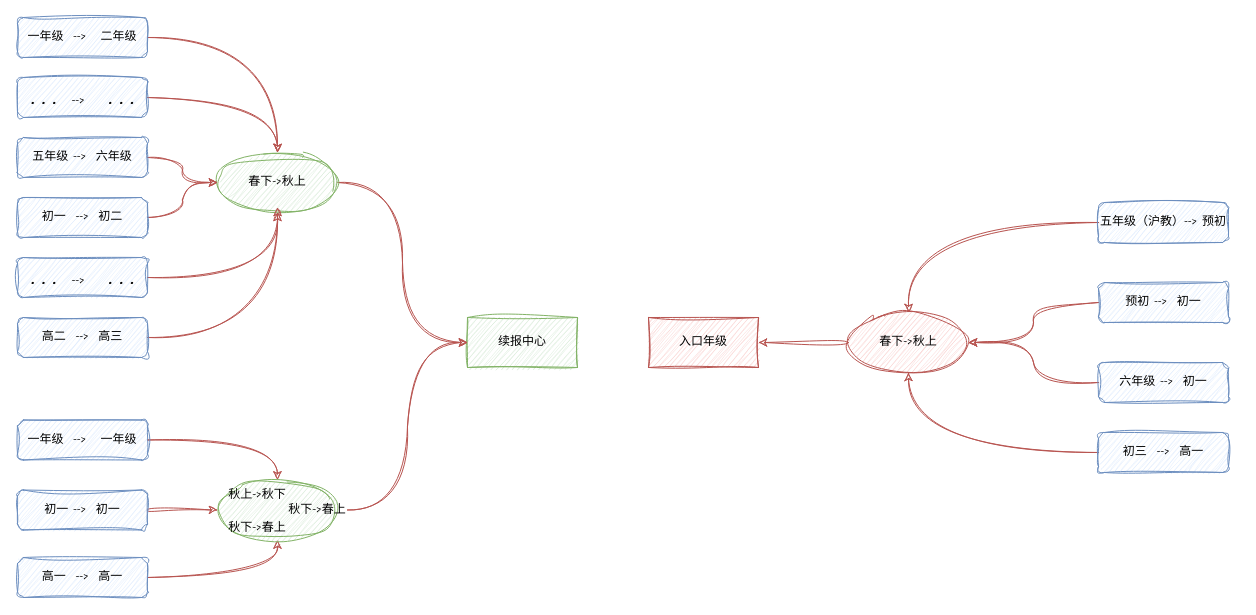
LanSeTianYe/draw keeps this draw.io diagram as xiwang/续报中心-简介.drawio. Above is the earlier version. Source tidied: cells renumbered, new cells numbered last; positions are measured from the earlier drawing's top-left corner, leaving out a move shared by most shapes. Both pictures are drawn from the tidied source at 100%, with x=0, y=0 at pixel (17, 17).
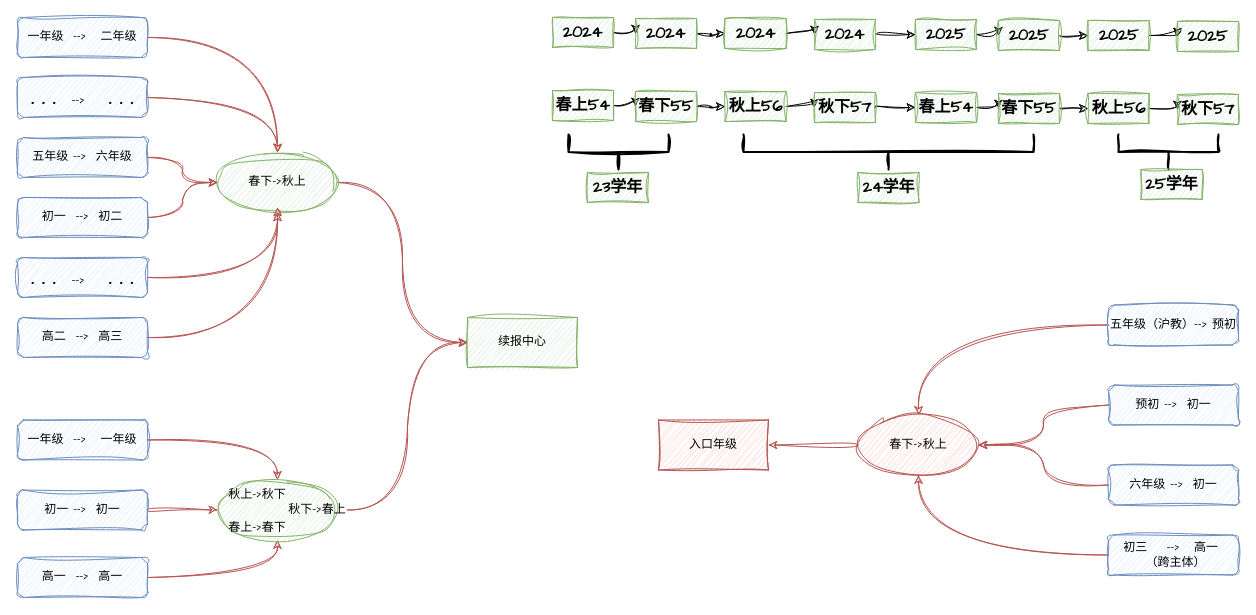
Above is the later version.

Commit message (it also covers changes not shown here):
更新续报中心-简介.drawio

Change to the diagram source:
```diff
@@
     <mxCell id="3" value="入口年级" style="rounded=0;whiteSpace=wrap;html=1;sketch=1;hachureGap=4;jiggle=2;curveFitting=1;fontFamily=Architects Daughter;fillColor=#f8cecc;strokeColor=#b85450;" parent="1" vertex="1">
-      <mxGeometry x="631" y="300" width="110" height="50" as="geometry" />
+      <mxGeometry x="641" y="402.5" width="110" height="50" as="geometry" />
     </mxCell>
@@
     <mxCell id="5" value="春下-&amp;gt;秋上" style="ellipse;whiteSpace=wrap;html=1;sketch=1;hachureGap=4;jiggle=2;curveFitting=1;fontFamily=Architects Daughter;fillColor=#f8cecc;strokeColor=#b85450;" parent="1" vertex="1">
-      <mxGeometry x="831" y="295" width="120" height="60" as="geometry" />
+      <mxGeometry x="841" y="397.5" width="120" height="60" as="geometry" />
     </mxCell>
@@
     <mxCell id="7" value="五年级（沪教）--&amp;gt; 预初" style="rounded=1;whiteSpace=wrap;html=1;sketch=1;hachureGap=4;jiggle=2;curveFitting=1;fontFamily=Architects Daughter;fillColor=#dae8fc;strokeColor=#6c8ebf;" parent="1" vertex="1">
-      <mxGeometry x="1081" y="185" width="130" height="40" as="geometry" />
+      <mxGeometry x="1091" y="287.5" width="130" height="40" as="geometry" />
     </mxCell>
@@
-    <mxCell id="9" value="初三&amp;nbsp; --&amp;gt;&amp;nbsp; 高一" style="rounded=1;whiteSpace=wrap;html=1;sketch=1;hachureGap=4;jiggle=2;curveFitting=1;fontFamily=Architects Daughter;fillColor=#dae8fc;strokeColor=#6c8ebf;" parent="1" vertex="1">
-      <mxGeometry x="1081" y="415" width="130" height="40" as="geometry" />
+    <mxCell id="9" value="初三&amp;nbsp; &amp;nbsp; --&amp;gt;&amp;nbsp; &amp;nbsp;高一&amp;nbsp; &amp;nbsp;（跨主体）" style="rounded=1;whiteSpace=wrap;html=1;sketch=1;hachureGap=4;jiggle=2;curveFitting=1;fontFamily=Architects Daughter;fillColor=#dae8fc;strokeColor=#6c8ebf;" parent="1" vertex="1">
+      <mxGeometry x="1091" y="517.5" width="130" height="40" as="geometry" />
     </mxCell>
@@
     <mxCell id="11" value="预初 --&amp;gt;&amp;nbsp; 初一" style="rounded=1;whiteSpace=wrap;html=1;sketch=1;hachureGap=4;jiggle=2;curveFitting=1;fontFamily=Architects Daughter;fillColor=#dae8fc;strokeColor=#6c8ebf;" parent="1" vertex="1">
-      <mxGeometry x="1081" y="265" width="130" height="40" as="geometry" />
+      <mxGeometry x="1091" y="367.5" width="130" height="40" as="geometry" />
     </mxCell>
@@
-    <mxCell id="36" value="秋下-&amp;gt;春上" style="text;html=1;align=center;verticalAlign=middle;whiteSpace=wrap;rounded=0;fontFamily=Architects Daughter;" parent="1" vertex="1">
+    <mxCell id="36" value="春上-&amp;gt;春下" style="text;html=1;align=center;verticalAlign=middle;whiteSpace=wrap;rounded=0;fontFamily=Architects Daughter;" parent="1" vertex="1">
       <mxGeometry x="210" y="496.2" width="60" height="30" as="geometry" />
     </mxCell>
@@
     <mxCell id="38" value="六年级 --&amp;gt;&amp;nbsp; 初一" style="rounded=1;whiteSpace=wrap;html=1;sketch=1;hachureGap=4;jiggle=2;curveFitting=1;fontFamily=Architects Daughter;fillColor=#dae8fc;strokeColor=#6c8ebf;" parent="1" vertex="1">
-      <mxGeometry x="1081" y="345" width="130" height="40" as="geometry" />
+      <mxGeometry x="1091" y="447.5" width="130" height="40" as="geometry" />
     </mxCell>
+    <mxCell id="39" style="edgeStyle=orthogonalEdgeStyle;curved=1;rounded=0;sketch=1;hachureGap=4;jiggle=2;curveFitting=1;jettySize=auto;html=1;exitX=1;exitY=0.5;exitDx=0;exitDy=0;entryX=0;entryY=0.5;entryDx=0;entryDy=0;fontFamily=Architects Daughter;" parent="1" edge="1" source="40" target="42">
+      <mxGeometry relative="1" as="geometry" />
+    </mxCell>
+    <mxCell id="40" value="&lt;b&gt;&lt;font style=&quot;font-size: 16px;&quot;&gt;2024&lt;/font&gt;&lt;/b&gt;" style="rounded=0;whiteSpace=wrap;html=1;sketch=1;hachureGap=4;jiggle=2;curveFitting=1;fontFamily=Architects Daughter;fillColor=#d5e8d4;strokeColor=#82b366;" parent="1" vertex="1">
+      <mxGeometry x="535" width="61" height="30" as="geometry" />
+    </mxCell>
+    <mxCell id="41" style="edgeStyle=orthogonalEdgeStyle;curved=1;rounded=0;sketch=1;hachureGap=4;jiggle=2;curveFitting=1;jettySize=auto;html=1;exitX=1;exitY=0.5;exitDx=0;exitDy=0;fontFamily=Architects Daughter;" parent="1" edge="1" source="42" target="44">
+      <mxGeometry relative="1" as="geometry" />
+    </mxCell>
+    <mxCell id="42" value="&lt;b&gt;&lt;font style=&quot;font-size: 16px;&quot;&gt;2024&lt;/font&gt;&lt;/b&gt;" style="rounded=0;whiteSpace=wrap;html=1;sketch=1;hachureGap=4;jiggle=2;curveFitting=1;fontFamily=Architects Daughter;fillColor=#d5e8d4;strokeColor=#82b366;" parent="1" vertex="1">
+      <mxGeometry x="618" y="1" width="61" height="30" as="geometry" />
+    </mxCell>
+    <mxCell id="43" style="edgeStyle=orthogonalEdgeStyle;curved=1;rounded=0;sketch=1;hachureGap=4;jiggle=2;curveFitting=1;jettySize=auto;html=1;exitX=1;exitY=0.5;exitDx=0;exitDy=0;entryX=0;entryY=0.5;entryDx=0;entryDy=0;fontFamily=Architects Daughter;" parent="1" edge="1" source="44" target="46">
+      <mxGeometry relative="1" as="geometry" />
+    </mxCell>
+    <mxCell id="44" value="&lt;span style=&quot;font-size: 16px;&quot;&gt;&lt;b&gt;2024&lt;/b&gt;&lt;/span&gt;" style="rounded=0;whiteSpace=wrap;html=1;sketch=1;hachureGap=4;jiggle=2;curveFitting=1;fontFamily=Architects Daughter;fillColor=#d5e8d4;strokeColor=#82b366;" parent="1" vertex="1">
+      <mxGeometry x="707.5" y="1" width="61" height="30" as="geometry" />
+    </mxCell>
+    <mxCell id="45" style="edgeStyle=orthogonalEdgeStyle;curved=1;rounded=0;sketch=1;hachureGap=4;jiggle=2;curveFitting=1;jettySize=auto;html=1;exitX=1;exitY=0.5;exitDx=0;exitDy=0;entryX=0;entryY=0.5;entryDx=0;entryDy=0;fontFamily=Architects Daughter;" parent="1" edge="1" source="46" target="48">
+      <mxGeometry relative="1" as="geometry" />
+    </mxCell>
+    <mxCell id="46" value="&lt;span style=&quot;font-size: 16px;&quot;&gt;&lt;b&gt;2024&lt;/b&gt;&lt;/span&gt;" style="rounded=0;whiteSpace=wrap;html=1;sketch=1;hachureGap=4;jiggle=2;curveFitting=1;fontFamily=Architects Daughter;fillColor=#d5e8d4;strokeColor=#82b366;" parent="1" vertex="1">
+      <mxGeometry x="797" y="2" width="61" height="30" as="geometry" />
+    </mxCell>
+    <mxCell id="47" style="edgeStyle=orthogonalEdgeStyle;curved=1;rounded=0;sketch=1;hachureGap=4;jiggle=2;curveFitting=1;jettySize=auto;html=1;exitX=1;exitY=0.5;exitDx=0;exitDy=0;entryX=0;entryY=0.5;entryDx=0;entryDy=0;fontFamily=Architects Daughter;" parent="1" edge="1" source="48" target="50">
+      <mxGeometry relative="1" as="geometry" />
+    </mxCell>
+    <mxCell id="48" value="&lt;b&gt;&lt;font style=&quot;font-size: 16px;&quot;&gt;2025&lt;/font&gt;&lt;/b&gt;" style="rounded=0;whiteSpace=wrap;html=1;sketch=1;hachureGap=4;jiggle=2;curveFitting=1;fontFamily=Architects Daughter;fillColor=#d5e8d4;strokeColor=#82b366;" parent="1" vertex="1">
+      <mxGeometry x="898" y="2" width="61" height="30" as="geometry" />
+    </mxCell>
+    <mxCell id="49" style="edgeStyle=orthogonalEdgeStyle;curved=1;rounded=0;sketch=1;hachureGap=4;jiggle=2;curveFitting=1;jettySize=auto;html=1;exitX=1;exitY=0.5;exitDx=0;exitDy=0;entryX=0;entryY=0.5;entryDx=0;entryDy=0;fontFamily=Architects Daughter;" parent="1" edge="1" source="50" target="52">
+      <mxGeometry relative="1" as="geometry" />
+    </mxCell>
+    <mxCell id="50" value="&lt;b&gt;&lt;font style=&quot;font-size: 16px;&quot;&gt;2025&lt;/font&gt;&lt;/b&gt;" style="rounded=0;whiteSpace=wrap;html=1;sketch=1;hachureGap=4;jiggle=2;curveFitting=1;fontFamily=Architects Daughter;fillColor=#d5e8d4;strokeColor=#82b366;" parent="1" vertex="1">
+      <mxGeometry x="981" y="3" width="61" height="30" as="geometry" />
+    </mxCell>
+    <mxCell id="51" style="edgeStyle=orthogonalEdgeStyle;curved=1;rounded=0;sketch=1;hachureGap=4;jiggle=2;curveFitting=1;jettySize=auto;html=1;exitX=1;exitY=0.5;exitDx=0;exitDy=0;entryX=0;entryY=0.5;entryDx=0;entryDy=0;fontFamily=Architects Daughter;" parent="1" edge="1" source="52" target="53">
+      <mxGeometry relative="1" as="geometry" />
+    </mxCell>
+    <mxCell id="52" value="&lt;span style=&quot;font-size: 16px;&quot;&gt;&lt;b&gt;2025&lt;/b&gt;&lt;/span&gt;" style="rounded=0;whiteSpace=wrap;html=1;sketch=1;hachureGap=4;jiggle=2;curveFitting=1;fontFamily=Architects Daughter;fillColor=#d5e8d4;strokeColor=#82b366;" parent="1" vertex="1">
+      <mxGeometry x="1070.5" y="3" width="61" height="30" as="geometry" />
+    </mxCell>
+    <mxCell id="53" value="&lt;span style=&quot;font-size: 16px;&quot;&gt;&lt;b&gt;2025&lt;/b&gt;&lt;/span&gt;" style="rounded=0;whiteSpace=wrap;html=1;sketch=1;hachureGap=4;jiggle=2;curveFitting=1;fontFamily=Architects Daughter;fillColor=#d5e8d4;strokeColor=#82b366;" parent="1" vertex="1">
+      <mxGeometry x="1160" y="4" width="61" height="30" as="geometry" />
+    </mxCell>
+    <mxCell id="54" style="edgeStyle=orthogonalEdgeStyle;curved=1;rounded=0;sketch=1;hachureGap=4;jiggle=2;curveFitting=1;jettySize=auto;html=1;exitX=1;exitY=0.5;exitDx=0;exitDy=0;entryX=0;entryY=0.5;entryDx=0;entryDy=0;fontFamily=Architects Daughter;" parent="1" edge="1" source="55" target="57">
+      <mxGeometry relative="1" as="geometry" />
+    </mxCell>
+    <mxCell id="55" value="&lt;b&gt;&lt;font style=&quot;font-size: 16px;&quot;&gt;春上54&lt;/font&gt;&lt;/b&gt;" style="rounded=0;whiteSpace=wrap;html=1;sketch=1;hachureGap=4;jiggle=2;curveFitting=1;fontFamily=Architects Daughter;fillColor=#d5e8d4;strokeColor=#82b366;" parent="1" vertex="1">
+      <mxGeometry x="535" y="73" width="61" height="30" as="geometry" />
+    </mxCell>
+    <mxCell id="56" style="edgeStyle=orthogonalEdgeStyle;curved=1;rounded=0;sketch=1;hachureGap=4;jiggle=2;curveFitting=1;jettySize=auto;html=1;exitX=1;exitY=0.5;exitDx=0;exitDy=0;fontFamily=Architects Daughter;" parent="1" edge="1" source="57" target="59">
+      <mxGeometry relative="1" as="geometry" />
+    </mxCell>
+    <mxCell id="57" value="&lt;b&gt;&lt;font style=&quot;font-size: 16px;&quot;&gt;春下55&lt;/font&gt;&lt;/b&gt;" style="rounded=0;whiteSpace=wrap;html=1;sketch=1;hachureGap=4;jiggle=2;curveFitting=1;fontFamily=Architects Daughter;fillColor=#d5e8d4;strokeColor=#82b366;" parent="1" vertex="1">
+      <mxGeometry x="618" y="74" width="61" height="30" as="geometry" />
+    </mxCell>
+    <mxCell id="58" style="edgeStyle=orthogonalEdgeStyle;curved=1;rounded=0;sketch=1;hachureGap=4;jiggle=2;curveFitting=1;jettySize=auto;html=1;exitX=1;exitY=0.5;exitDx=0;exitDy=0;entryX=0;entryY=0.5;entryDx=0;entryDy=0;fontFamily=Architects Daughter;" parent="1" edge="1" source="59" target="61">
+      <mxGeometry relative="1" as="geometry" />
+    </mxCell>
+    <mxCell id="59" value="&lt;span style=&quot;font-size: 16px;&quot;&gt;&lt;b&gt;秋上56&lt;/b&gt;&lt;/span&gt;" style="rounded=0;whiteSpace=wrap;html=1;sketch=1;hachureGap=4;jiggle=2;curveFitting=1;fontFamily=Architects Daughter;fillColor=#d5e8d4;strokeColor=#82b366;" parent="1" vertex="1">
+      <mxGeometry x="707.5" y="74" width="61" height="30" as="geometry" />
+    </mxCell>
+    <mxCell id="60" style="edgeStyle=orthogonalEdgeStyle;curved=1;rounded=0;sketch=1;hachureGap=4;jiggle=2;curveFitting=1;jettySize=auto;html=1;exitX=1;exitY=0.5;exitDx=0;exitDy=0;entryX=0;entryY=0.5;entryDx=0;entryDy=0;fontFamily=Architects Daughter;" parent="1" edge="1" source="61" target="63">
+      <mxGeometry relative="1" as="geometry" />
+    </mxCell>
+    <mxCell id="61" value="&lt;span style=&quot;font-size: 16px;&quot;&gt;&lt;b&gt;秋下57&lt;/b&gt;&lt;/span&gt;" style="rounded=0;whiteSpace=wrap;html=1;sketch=1;hachureGap=4;jiggle=2;curveFitting=1;fontFamily=Architects Daughter;fillColor=#d5e8d4;strokeColor=#82b366;" parent="1" vertex="1">
+      <mxGeometry x="797" y="75" width="61" height="30" as="geometry" />
+    </mxCell>
+    <mxCell id="62" style="edgeStyle=orthogonalEdgeStyle;curved=1;rounded=0;sketch=1;hachureGap=4;jiggle=2;curveFitting=1;jettySize=auto;html=1;exitX=1;exitY=0.5;exitDx=0;exitDy=0;entryX=0;entryY=0.5;entryDx=0;entryDy=0;fontFamily=Architects Daughter;" parent="1" edge="1" source="63" target="65">
+      <mxGeometry relative="1" as="geometry" />
+    </mxCell>
+    <mxCell id="63" value="&lt;b&gt;&lt;font style=&quot;font-size: 16px;&quot;&gt;春上54&lt;/font&gt;&lt;/b&gt;" style="rounded=0;whiteSpace=wrap;html=1;sketch=1;hachureGap=4;jiggle=2;curveFitting=1;fontFamily=Architects Daughter;fillColor=#d5e8d4;strokeColor=#82b366;" parent="1" vertex="1">
+      <mxGeometry x="898" y="75" width="61" height="30" as="geometry" />
+    </mxCell>
+    <mxCell id="64" style="edgeStyle=orthogonalEdgeStyle;curved=1;rounded=0;sketch=1;hachureGap=4;jiggle=2;curveFitting=1;jettySize=auto;html=1;exitX=1;exitY=0.5;exitDx=0;exitDy=0;entryX=0;entryY=0.5;entryDx=0;entryDy=0;fontFamily=Architects Daughter;" parent="1" edge="1" source="65" target="67">
+      <mxGeometry relative="1" as="geometry" />
+    </mxCell>
+    <mxCell id="65" value="&lt;b&gt;&lt;font style=&quot;font-size: 16px;&quot;&gt;春下55&lt;/font&gt;&lt;/b&gt;" style="rounded=0;whiteSpace=wrap;html=1;sketch=1;hachureGap=4;jiggle=2;curveFitting=1;fontFamily=Architects Daughter;fillColor=#d5e8d4;strokeColor=#82b366;" parent="1" vertex="1">
+      <mxGeometry x="981" y="76" width="61" height="30" as="geometry" />
+    </mxCell>
+    <mxCell id="66" style="edgeStyle=orthogonalEdgeStyle;curved=1;rounded=0;sketch=1;hachureGap=4;jiggle=2;curveFitting=1;jettySize=auto;html=1;exitX=1;exitY=0.5;exitDx=0;exitDy=0;entryX=0;entryY=0.5;entryDx=0;entryDy=0;fontFamily=Architects Daughter;" parent="1" edge="1" source="67" target="68">
+      <mxGeometry relative="1" as="geometry" />
+    </mxCell>
+    <mxCell id="67" value="&lt;span style=&quot;font-size: 16px;&quot;&gt;&lt;b&gt;秋上56&lt;/b&gt;&lt;/span&gt;" style="rounded=0;whiteSpace=wrap;html=1;sketch=1;hachureGap=4;jiggle=2;curveFitting=1;fontFamily=Architects Daughter;fillColor=#d5e8d4;strokeColor=#82b366;" parent="1" vertex="1">
+      <mxGeometry x="1070.5" y="76" width="61" height="30" as="geometry" />
+    </mxCell>
+    <mxCell id="68" value="&lt;span style=&quot;font-size: 16px;&quot;&gt;&lt;b&gt;秋下57&lt;/b&gt;&lt;/span&gt;" style="rounded=0;whiteSpace=wrap;html=1;sketch=1;hachureGap=4;jiggle=2;curveFitting=1;fontFamily=Architects Daughter;fillColor=#d5e8d4;strokeColor=#82b366;" parent="1" vertex="1">
+      <mxGeometry x="1160" y="77" width="61" height="30" as="geometry" />
+    </mxCell>
+    <mxCell id="69" style="strokeWidth=2;html=1;shape=mxgraph.flowchart.annotation_2;align=left;labelPosition=right;sketch=1;hachureGap=4;jiggle=2;curveFitting=1;fontFamily=Architects Daughter;direction=north;" parent="1" vertex="1">
+      <mxGeometry x="551" y="117" width="100" height="35" as="geometry" />
+    </mxCell>
+    <mxCell id="70" value="&lt;b&gt;&lt;font style=&quot;font-size: 16px;&quot;&gt;23学年&lt;/font&gt;&lt;/b&gt;" style="rounded=0;whiteSpace=wrap;html=1;sketch=1;hachureGap=4;jiggle=2;curveFitting=1;fontFamily=Architects Daughter;fillColor=#d5e8d4;strokeColor=#82b366;" parent="1" vertex="1">
+      <mxGeometry x="570" y="155" width="61" height="30" as="geometry" />
+    </mxCell>
+    <mxCell id="71" style="strokeWidth=2;html=1;shape=mxgraph.flowchart.annotation_2;align=left;labelPosition=right;sketch=1;hachureGap=4;jiggle=2;curveFitting=1;fontFamily=Architects Daughter;direction=north;" parent="1" vertex="1">
+      <mxGeometry x="726" y="117" width="290" height="35" as="geometry" />
+    </mxCell>
+    <mxCell id="72" value="&lt;span style=&quot;font-size: 16px;&quot;&gt;&lt;b&gt;24学年&lt;/b&gt;&lt;/span&gt;" style="rounded=0;whiteSpace=wrap;html=1;sketch=1;hachureGap=4;jiggle=2;curveFitting=1;fontFamily=Architects Daughter;fillColor=#d5e8d4;strokeColor=#82b366;" parent="1" vertex="1">
+      <mxGeometry x="840.5" y="155" width="61" height="30" as="geometry" />
+    </mxCell>
+    <mxCell id="73" style="strokeWidth=2;html=1;shape=mxgraph.flowchart.annotation_2;align=left;labelPosition=right;sketch=1;hachureGap=4;jiggle=2;curveFitting=1;fontFamily=Architects Daughter;direction=north;" parent="1" vertex="1">
+      <mxGeometry x="1101" y="117" width="100" height="35" as="geometry" />
+    </mxCell>
+    <mxCell id="74" value="&lt;span style=&quot;font-size: 16px;&quot;&gt;&lt;b&gt;25学年&lt;/b&gt;&lt;/span&gt;" style="rounded=0;whiteSpace=wrap;html=1;sketch=1;hachureGap=4;jiggle=2;curveFitting=1;fontFamily=Architects Daughter;fillColor=#d5e8d4;strokeColor=#82b366;" parent="1" vertex="1">
+      <mxGeometry x="1123.5" y="152" width="61" height="30" as="geometry" />
+    </mxCell>
```
